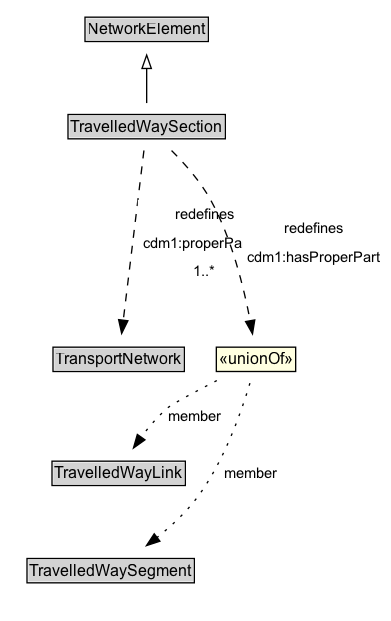
This is docs/diagrams/TravelledWaySection.dot.png from ISO-TC204/ontology-cdm-p3-v1, a Graphviz export, as it was before one commit. Its source is kept beside it as docs/diagrams/TravelledWaySection.dot.
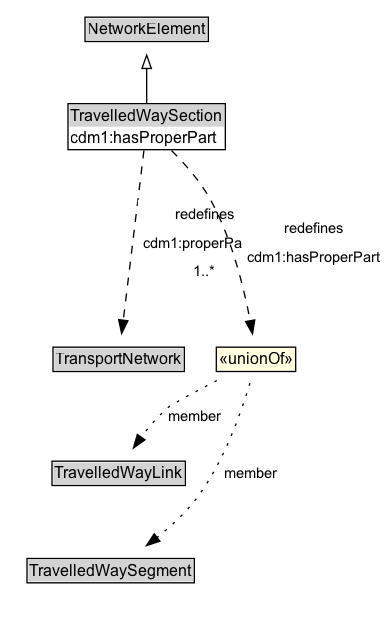
Later version of the same file.

Diff of the diagram source:
```diff
@@ -6,7 +6,7 @@
 		rank=source
 		NetworkElement [label=<<TABLE BORDER="1" CELLBORDER="0" CELLSPACING="0" CELLPADDING="1"><TR><TD BGCOLOR="lightgray" ALIGN="CENTER">NetworkElement</TD></TR></TABLE>> URL="../NetworkElement" margin=0]
 	}
-	TravelledWaySection [label=<<TABLE BORDER="1" CELLBORDER="0" CELLSPACING="0" CELLPADDING="1"><TR><TD BGCOLOR="lightgray" ALIGN="CENTER">TravelledWaySection</TD></TR></TABLE>> URL="../TravelledWaySection" margin=0]
+	TravelledWaySection [label=<<TABLE BORDER="1" CELLBORDER="0" CELLSPACING="0" CELLPADDING="1"><TR><TD BGCOLOR="lightgray" ALIGN="CENTER">TravelledWaySection</TD></TR><TR><TD ALIGN="LEFT">cdm1:hasProperPart</TD></TR></TABLE>> URL="../TravelledWaySection" margin=0]
 	{
 		rank=max
 	}
@@ -22,12 +22,12 @@
 	Invis -> TransportNetwork [style=invis]
 	TransportNetwork -> TravelledWayLink [style=invis]
 	TravelledWayLink -> TravelledWaySegment [style=invis]
+	n1c091741e9be41418e759d48b25318c1b43 [label=<<TABLE BORDER="1" CELLBORDER="0" CELLSPACING="0" CELLPADDING="1" BGCOLOR="lightyellow"><TR><TD ALIGN="CENTER">«unionOf»</TD></TR></TABLE>> margin=0]
+	TravelledWayLink [label=<<TABLE BORDER="1" CELLBORDER="0" CELLSPACING="0" CELLPADDING="1"><TR><TD BGCOLOR="lightgray" ALIGN="CENTER">TravelledWayLink</TD></TR></TABLE>> URL="../TravelledWayLink" margin=0]
+	n1c091741e9be41418e759d48b25318c1b43 -> TravelledWayLink [label=member arrowhead=normal style=dotted]
+	TravelledWaySegment [label=<<TABLE BORDER="1" CELLBORDER="0" CELLSPACING="0" CELLPADDING="1"><TR><TD BGCOLOR="lightgray" ALIGN="CENTER">TravelledWaySegment</TD></TR></TABLE>> URL="../TravelledWaySegment" margin=0]
+	n1c091741e9be41418e759d48b25318c1b43 -> TravelledWaySegment [label=member arrowhead=normal style=dotted]
+	TravelledWaySection -> n1c091741e9be41418e759d48b25318c1b43 [label=<<TABLE BORDER="0" CELLBORDER="0" CELLSPACING="0" CELLPADDING="4" BGCOLOR="white"><TR><TD ALIGN="CENTER">redefines</TD></TR><TR><TD ALIGN="CENTER">cdm1:hasProperPart</TD></TR></TABLE>> arrowhead=normal style=dashed]
 	TransportNetwork [label=<<TABLE BORDER="1" CELLBORDER="0" CELLSPACING="0" CELLPADDING="1"><TR><TD BGCOLOR="lightgray" ALIGN="CENTER">TransportNetwork</TD></TR></TABLE>> URL="../TransportNetwork" margin=0]
 	TravelledWaySection -> TransportNetwork [label=<<TABLE BORDER="0" CELLBORDER="0" CELLSPACING="0" CELLPADDING="4" BGCOLOR="white"><TR><TD ALIGN="CENTER">redefines</TD></TR><TR><TD ALIGN="CENTER">cdm1:properPartOf</TD></TR><TR><TD ALIGN="CENTER">1..*</TD></TR></TABLE>> arrowhead=normal style=dashed]
-	na67ff0c3f5e2479bb14d81c2edd99102b44 [label=<<TABLE BORDER="1" CELLBORDER="0" CELLSPACING="0" CELLPADDING="1" BGCOLOR="lightyellow"><TR><TD ALIGN="CENTER">«unionOf»</TD></TR></TABLE>> margin=0]
-	TravelledWayLink [label=<<TABLE BORDER="1" CELLBORDER="0" CELLSPACING="0" CELLPADDING="1"><TR><TD BGCOLOR="lightgray" ALIGN="CENTER">TravelledWayLink</TD></TR></TABLE>> URL="../TravelledWayLink" margin=0]
-	na67ff0c3f5e2479bb14d81c2edd99102b44 -> TravelledWayLink [label=member arrowhead=normal style=dotted]
-	TravelledWaySegment [label=<<TABLE BORDER="1" CELLBORDER="0" CELLSPACING="0" CELLPADDING="1"><TR><TD BGCOLOR="lightgray" ALIGN="CENTER">TravelledWaySegment</TD></TR></TABLE>> URL="../TravelledWaySegment" margin=0]
-	na67ff0c3f5e2479bb14d81c2edd99102b44 -> TravelledWaySegment [label=member arrowhead=normal style=dotted]
-	TravelledWaySection -> na67ff0c3f5e2479bb14d81c2edd99102b44 [label=<<TABLE BORDER="0" CELLBORDER="0" CELLSPACING="0" CELLPADDING="4" BGCOLOR="white"><TR><TD ALIGN="CENTER">redefines</TD></TR><TR><TD ALIGN="CENTER">cdm1:hasProperPart</TD></TR></TABLE>> arrowhead=normal style=dashed]
 }
```
